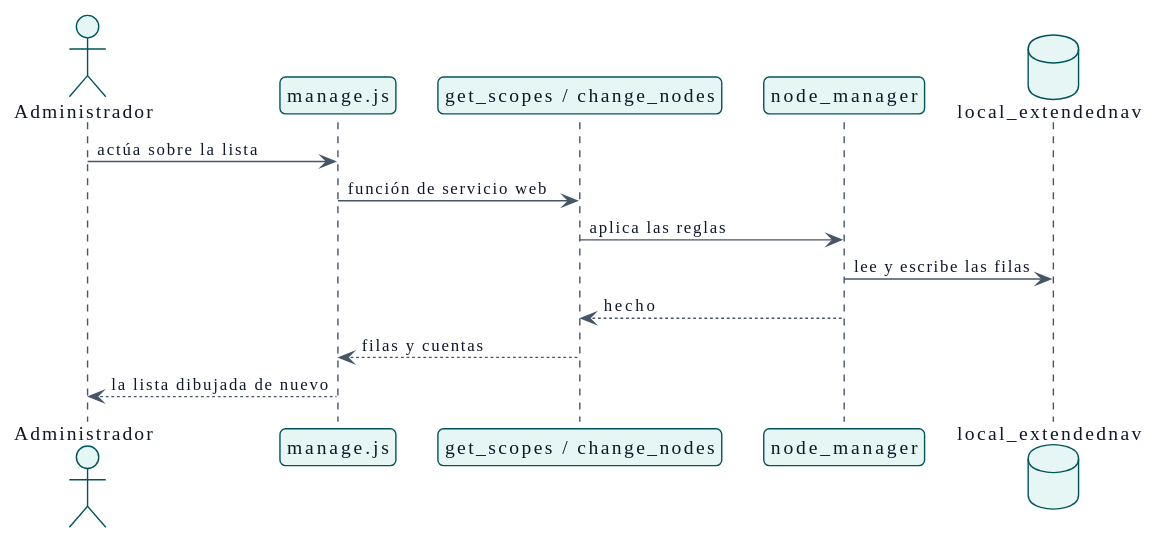
The PlantUML diagram docs/es/technical/design/use-cases/setScopeException/sequence.svg in didactika/moodle-local_extendednav, before a commit. The source it was exported from:
```plantuml
@startuml
!theme plain
skinparam backgroundColor #FFFFFF
skinparam defaultFontName IBM Plex Sans
skinparam defaultFontSize 14
skinparam defaultFontColor #0F172A
skinparam shadowing false
skinparam packageStyle rectangle
skinparam ArrowFontSize 12
skinparam ClassAttributeIconSize 0
skinparam roundCorner 8
skinparam ArrowColor #475569
skinparam ArrowFontColor #0F172A
skinparam NoteBackgroundColor #FDF3DC
skinparam NoteBorderColor #00555A
skinparam NoteFontColor #0F172A
skinparam class {
  BackgroundColor #E6F6F4
  BorderColor #00555A
  FontColor #0F172A
}
skinparam entity {
  BackgroundColor #E6F6F4
  BorderColor #00555A
  FontColor #0F172A
}
skinparam participant {
  BackgroundColor #E6F6F4
  BorderColor #00555A
  FontColor #0F172A
}
skinparam actor {
  BackgroundColor #E6F6F4
  BorderColor #00555A
  FontColor #0F172A
}
skinparam database {
  BackgroundColor #E6F6F4
  BorderColor #00555A
  FontColor #0F172A
}
skinparam component {
  BackgroundColor #E6F6F4
  BorderColor #00555A
  FontColor #0F172A
}
skinparam node {
  BackgroundColor #E6F6F4
  BorderColor #00555A
  FontColor #0F172A
}
skinparam usecase {
  BackgroundColor #E6F6F4
  BorderColor #00555A
  FontColor #0F172A
}
skinparam interface {
  BackgroundColor #E6F6F4
  BorderColor #00555A
  FontColor #0F172A
}
skinparam state {
  BackgroundColor #E6F6F4
  BorderColor #00555A
  FontColor #0F172A
  StartColor #475569
  EndColor #475569
  ArrowColor #475569
}
skinparam package {
  BackgroundColor #F1F5F9
  BorderColor #00555A
  FontColor #0F172A
}
skinparam sequence {
  LifeLineBorderColor #475569
  LifeLineBackgroundColor #E6F6F4
  ArrowColor #475569
  GroupBorderColor #00555A
  GroupBackgroundColor #F1F5F9
}
skinparam package<<level1>> {
  BackgroundColor #A7DDD5
  BorderColor #00555A
  FontColor #0F172A
}
skinparam package<<level2>> {
  BackgroundColor #C8EEE9
  BorderColor #00555A
  FontColor #0F172A
}
skinparam package<<level3>> {
  BackgroundColor #E6F6F4
  BorderColor #00555A
  FontColor #0F172A
}
skinparam package<<level4>> {
  BackgroundColor #F4FBFA
  BorderColor #00555A
  FontColor #0F172A
}
hide <<level1>> stereotype
hide <<level2>> stereotype
hide <<level3>> stereotype
hide <<level4>> stereotype
skinparam linetype polyline
skinparam responseMessageBelowArrow true

actor "Administrador" as p0
participant "manage.js" as p1
participant "get_scopes / change_nodes" as p2
participant "node_manager" as p3
database "local_extendednav" as p4

p0 -> p1 : actúa sobre la lista
p1 -> p2 : función de servicio web
p2 -> p3 : aplica las reglas
p3 -> p4 : lee y escribe las filas
p3 --> p2 : hecho
p2 --> p1 : filas y cuentas
p1 --> p0 : la lista dibujada de nuevo
@enduml
```
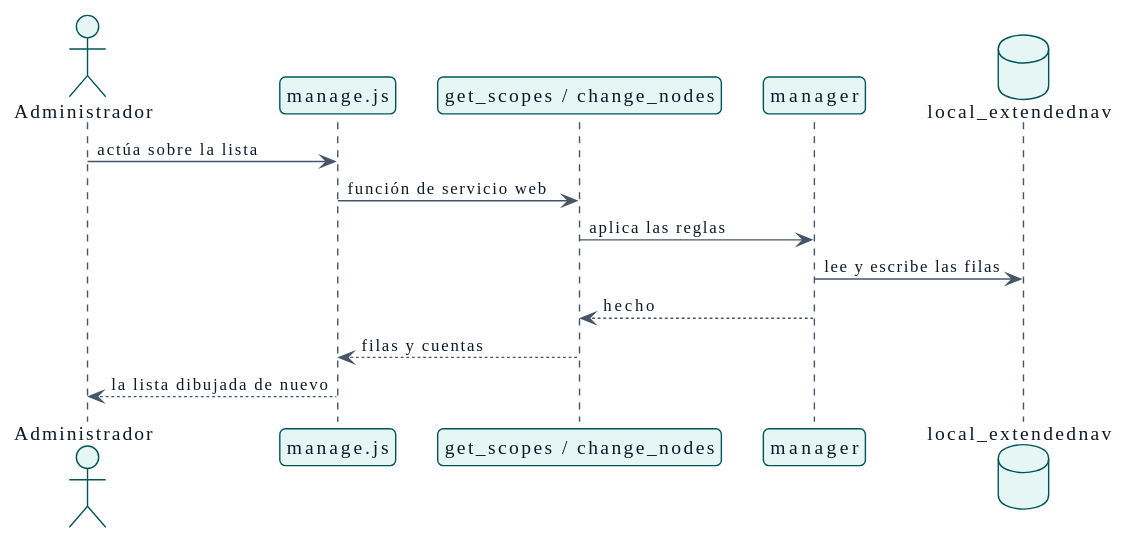
After the change.

Diff of the diagram source:
```diff
@@ -109,7 +109,7 @@
 actor "Administrador" as p0
 participant "manage.js" as p1
 participant "get_scopes / change_nodes" as p2
-participant "node_manager" as p3
+participant "manager" as p3
 database "local_extendednav" as p4
 
 p0 -> p1 : actúa sobre la lista
```
